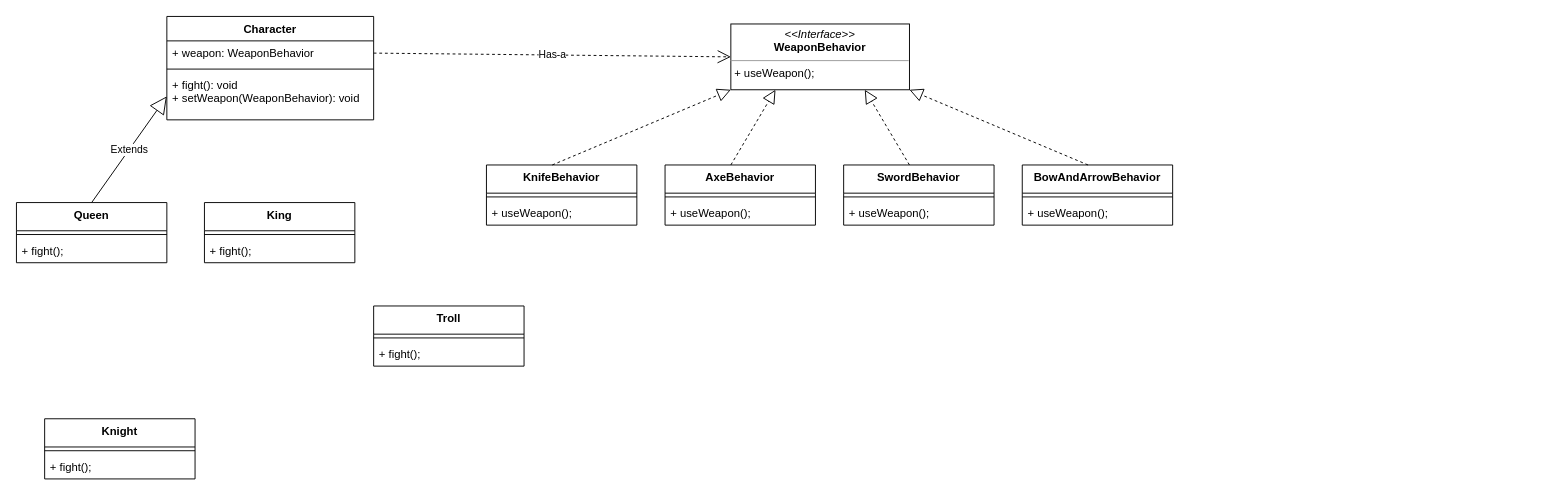
The draw.io diagram Diagrama sem nome.drawio in denismissias/design-patterns, before the edit. Source tidied: cells renumbered, new cells numbered last; positions are measured from the earlier drawing's top-left corner, leaving out a move shared by most shapes. Both pictures are drawn from the tidied source at 94%, with x=0, y=0 at pixel (16, 16).
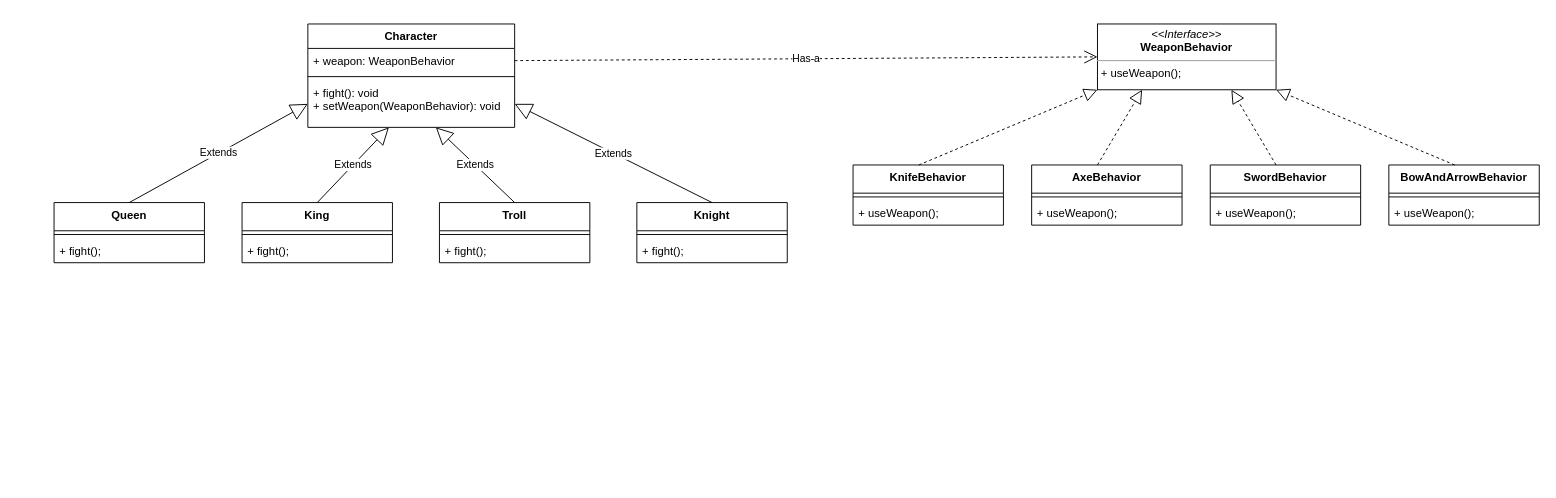
The same diagram, later.

Unchanged cells that the change refers to:
```xml
<mxCell id="5" value="+ fight(): void&#10;+ setWeapon(WeaponBehavior): void" style="text;strokeColor=none;fillColor=none;align=left;verticalAlign=top;spacingLeft=4;spacingRight=4;overflow=hidden;points=[[0,0.5],[1,0.5]];portConstraint=eastwest;" parent="2" vertex="1">
  <mxGeometry y="60" width="220" height="50" as="geometry" />
</mxCell>
```

The edit, as a diff of the source:
```diff
@@
     <mxCell id="2" value="Character" style="swimlane;fontStyle=1;align=center;verticalAlign=top;horizontal=1;startSize=26;" parent="1" vertex="1">
-      <mxGeometry x="160" width="220" height="110" as="geometry" />
+      <mxGeometry x="310" y="8" width="220" height="110" as="geometry" />
     </mxCell>
@@
     <mxCell id="6" value="KnifeBehavior" style="swimlane;fontStyle=1;align=center;verticalAlign=top;horizontal=1;startSize=30;" parent="1" vertex="1">
-      <mxGeometry x="500" y="158" width="160" height="64" as="geometry" />
+      <mxGeometry x="890" y="158" width="160" height="64" as="geometry" />
     </mxCell>
@@
     <mxCell id="10" value="&lt;p style=&quot;margin:0px;margin-top:4px;text-align:center;&quot;&gt;&lt;i&gt;&amp;lt;&amp;lt;Interface&amp;gt;&amp;gt;&lt;/i&gt;&lt;br&gt;&lt;b&gt;WeaponBehavior&lt;/b&gt;&lt;/p&gt;&lt;hr size=&quot;1&quot;&gt;&lt;p style=&quot;margin:0px;margin-left:4px;&quot;&gt;+ useWeapon();&lt;br&gt;&lt;/p&gt;" style="verticalAlign=top;align=left;overflow=fill;fontSize=12;fontFamily=Helvetica;html=1;" parent="1" vertex="1">
-      <mxGeometry x="760" y="8" width="190" height="70" as="geometry" />
+      <mxGeometry x="1150" y="8" width="190" height="70" as="geometry" />
     </mxCell>
     <mxCell id="11" value="BowAndArrowBehavior" style="swimlane;fontStyle=1;align=center;verticalAlign=top;horizontal=1;startSize=30;" parent="1" vertex="1">
-      <mxGeometry x="1070" y="158" width="160" height="64" as="geometry" />
+      <mxGeometry x="1460" y="158" width="160" height="64" as="geometry" />
     </mxCell>
@@
     <mxCell id="15" value="AxeBehavior" style="swimlane;fontStyle=1;align=center;verticalAlign=top;horizontal=1;startSize=30;" parent="1" vertex="1">
-      <mxGeometry x="690" y="158" width="160" height="64" as="geometry" />
+      <mxGeometry x="1080" y="158" width="160" height="64" as="geometry" />
     </mxCell>
@@
     <mxCell id="19" value="SwordBehavior" style="swimlane;fontStyle=1;align=center;verticalAlign=top;horizontal=1;startSize=30;" parent="1" vertex="1">
-      <mxGeometry x="880" y="158" width="160" height="64" as="geometry" />
+      <mxGeometry x="1270" y="158" width="160" height="64" as="geometry" />
     </mxCell>
@@
     <mxCell id="24" value="Queen" style="swimlane;fontStyle=1;align=center;verticalAlign=top;horizontal=1;startSize=30;" parent="1" vertex="1">
-      <mxGeometry y="198" width="160" height="64" as="geometry" />
+      <mxGeometry x="40" y="198" width="160" height="64" as="geometry" />
     </mxCell>
@@
     <mxCell id="28" value="King" style="swimlane;fontStyle=1;align=center;verticalAlign=top;horizontal=1;startSize=30;" parent="1" vertex="1">
-      <mxGeometry x="200" y="198" width="160" height="64" as="geometry" />
+      <mxGeometry x="240" y="198" width="160" height="64" as="geometry" />
     </mxCell>
@@
     <mxCell id="31" value="Knight" style="swimlane;fontStyle=1;align=center;verticalAlign=top;horizontal=1;startSize=30;" parent="1" vertex="1">
-      <mxGeometry x="30" y="428" width="160" height="64" as="geometry" />
+      <mxGeometry x="660" y="198" width="160" height="64" as="geometry" />
     </mxCell>
@@
     <mxCell id="34" value="Troll" style="swimlane;fontStyle=1;align=center;verticalAlign=top;horizontal=1;startSize=30;" parent="1" vertex="1">
-      <mxGeometry x="380" y="308" width="160" height="64" as="geometry" />
+      <mxGeometry x="450" y="198" width="160" height="64" as="geometry" />
     </mxCell>
@@
+    <mxCell id="37" value="Extends" style="endArrow=block;endSize=16;endFill=0;html=1;rounded=0;exitX=0.5;exitY=0;exitDx=0;exitDy=0;" parent="1" edge="1" source="28" target="5">
+      <mxGeometry relative="1" as="geometry" />
+    </mxCell>
+    <mxCell id="38" value="Extends" style="endArrow=block;endSize=16;endFill=0;html=1;rounded=0;exitX=0.5;exitY=0;exitDx=0;exitDy=0;" parent="1" edge="1" source="34" target="5">
+      <mxGeometry relative="1" as="geometry" />
+    </mxCell>
+    <mxCell id="39" value="Extends" style="endArrow=block;endSize=16;endFill=0;html=1;rounded=0;exitX=0.5;exitY=0;exitDx=0;exitDy=0;entryX=1;entryY=0.5;entryDx=0;entryDy=0;" parent="1" edge="1" source="31" target="5">
+      <mxGeometry relative="1" as="geometry" />
+    </mxCell>
```
